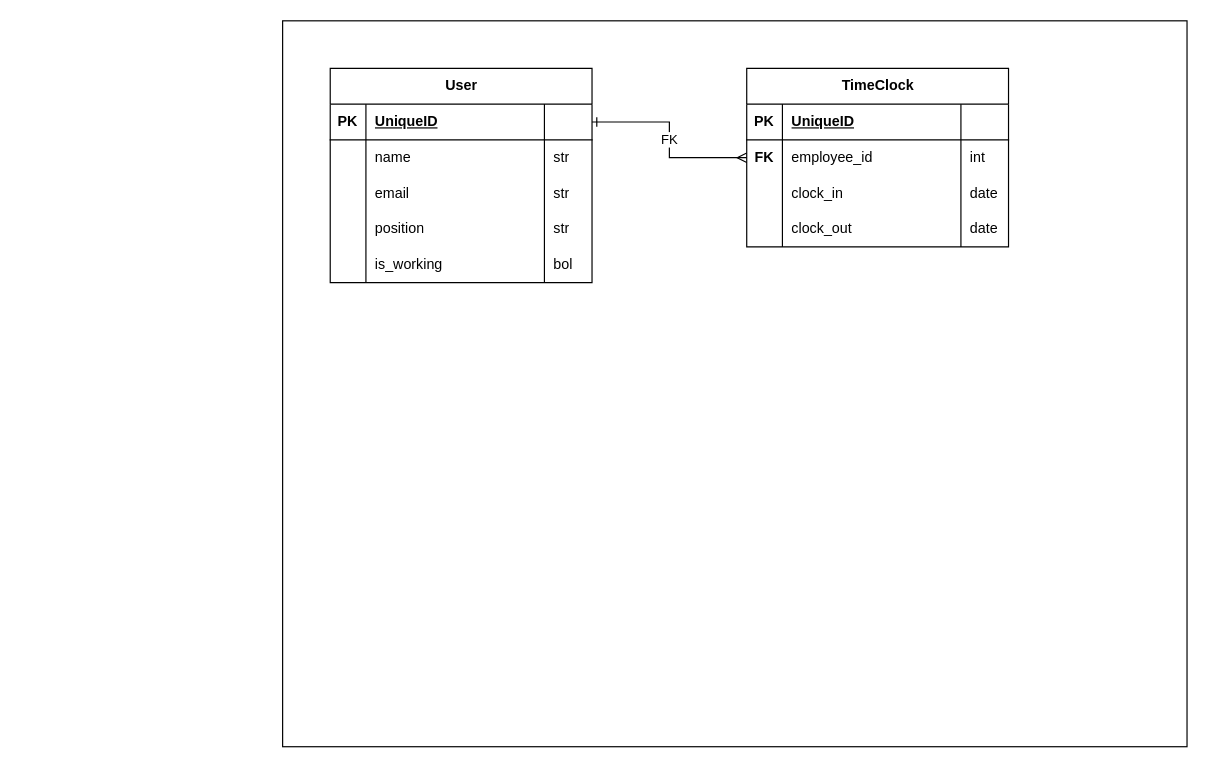
Above: DBpunch.drawio in ArturArtimonte/diagrans (draw.io), before the change. Source tidied: cells renumbered, new cells numbered last; positions are measured from the earlier drawing's top-left corner, leaving out a move shared by most shapes. Both pictures are drawn from the tidied source at 119%, with x=0, y=0 at pixel (282, 20).
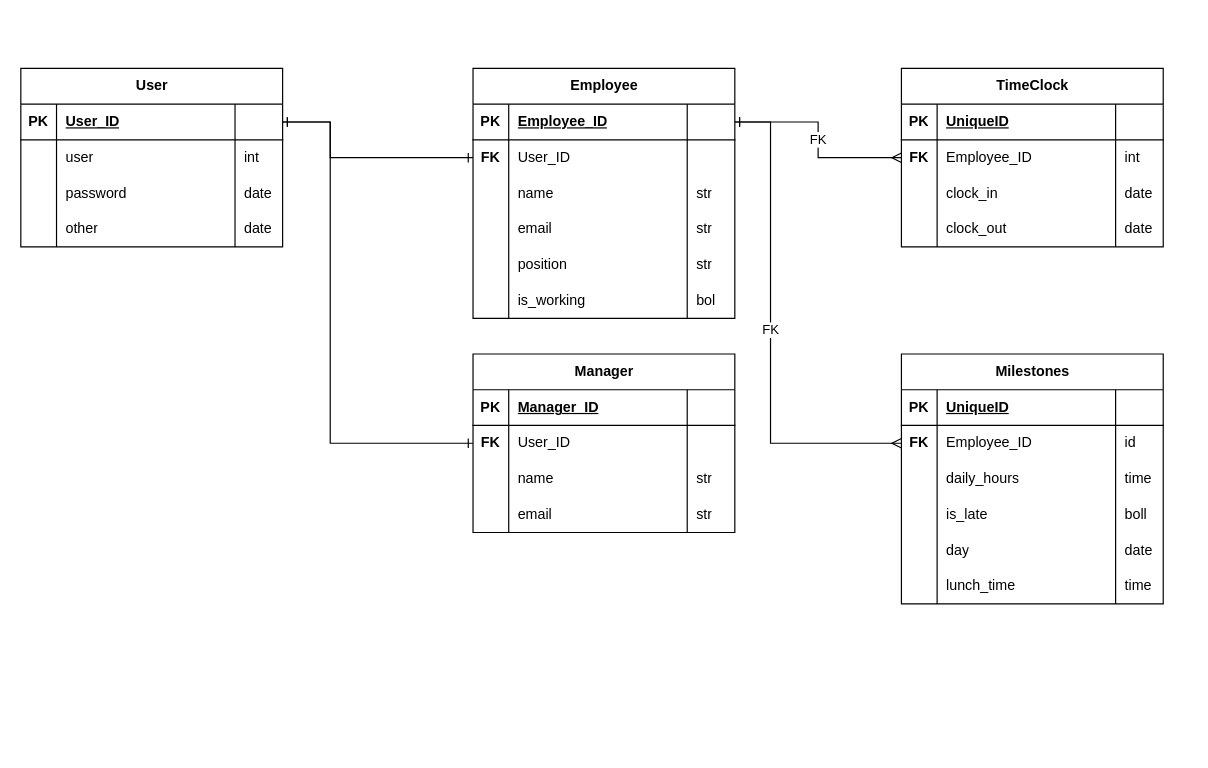
Above is the later version.

Unchanged cells that the change refers to:
```xml
<mxCell id="4" style="shape=tableRow;horizontal=0;startSize=0;swimlaneHead=0;swimlaneBody=0;fillColor=none;points=[[0,0.5],[1,0.5]];portConstraint=eastwest;top=0;left=0;right=0;bottom=1;" parent="3" vertex="1">
  <mxGeometry y="30" width="220" height="30" as="geometry" />
</mxCell>
<mxCell id="29" style="shape=tableRow;horizontal=0;startSize=0;swimlaneHead=0;swimlaneBody=0;fillColor=none;points=[[0,0.5],[1,0.5]];portConstraint=eastwest;top=0;left=0;right=0;bottom=0;" parent="24" vertex="1">
  <mxGeometry y="60" width="220" height="30" as="geometry" />
</mxCell>
```

What changed in the source:
```diff
@@
-    <mxCell id="2" style="rounded=0;whiteSpace=wrap;html=1;" parent="1" vertex="1">
-      <mxGeometry width="760" height="610" as="geometry" />
-    </mxCell>
-    <mxCell id="3" value="User" style="shape=table;startSize=30;childLayout=tableLayout;rowLines=0;fontStyle=1;align=center;html=1;" parent="1" vertex="1">
-      <mxGeometry x="40" y="40" width="220" height="180" as="geometry" />
+    <mxCell id="3" value="Employee" style="shape=table;startSize=30;childLayout=tableLayout;rowLines=0;fontStyle=1;align=center;html=1;" parent="1" vertex="1">
+      <mxGeometry x="160" y="40" width="220" height="210" as="geometry" />
     </mxCell>
@@
-    <mxCell id="6" value="UniqueID" style="shape=partialRectangle;fillColor=none;top=0;left=0;bottom=0;right=0;align=left;spacingLeft=6;fontStyle=5;overflow=hidden;whiteSpace=wrap;html=1;" parent="4" vertex="1">
+    <mxCell id="6" value="Employee_ID" style="shape=partialRectangle;fillColor=none;top=0;left=0;bottom=0;right=0;align=left;spacingLeft=6;fontStyle=5;overflow=hidden;whiteSpace=wrap;html=1;" parent="4" vertex="1">
       <mxGeometry x="30" width="150" height="30" as="geometry" />
     </mxCell>
@@
+    <mxCell id="42" style="shape=tableRow;horizontal=0;startSize=0;swimlaneHead=0;swimlaneBody=0;fillColor=none;points=[[0,0.5],[1,0.5]];portConstraint=eastwest;top=0;left=0;right=0;bottom=0;" parent="3" vertex="1">
+      <mxGeometry y="60" width="220" height="30" as="geometry" />
+    </mxCell>
+    <mxCell id="43" value="&lt;b&gt;FK&lt;/b&gt;" style="shape=partialRectangle;fillColor=none;top=0;left=0;bottom=0;right=0;overflow=hidden;whiteSpace=wrap;html=1;" parent="42" vertex="1">
+      <mxGeometry width="30" height="30" as="geometry" />
+    </mxCell>
+    <mxCell id="44" value="User_ID" style="shape=partialRectangle;fillColor=none;top=0;left=0;bottom=0;right=0;align=left;spacingLeft=6;overflow=hidden;whiteSpace=wrap;html=1;" parent="42" vertex="1">
+      <mxGeometry x="30" width="150" height="30" as="geometry" />
+    </mxCell>
+    <mxCell id="45" style="shape=partialRectangle;fillColor=none;top=0;left=0;bottom=0;right=0;align=left;spacingLeft=6;overflow=hidden;whiteSpace=wrap;html=1;" parent="42" vertex="1">
+      <mxGeometry x="180" width="40" height="30" as="geometry" />
+    </mxCell>
     <mxCell id="8" style="shape=tableRow;horizontal=0;startSize=0;swimlaneHead=0;swimlaneBody=0;fillColor=none;top=0;left=0;right=0;bottom=0;" parent="3" vertex="1">
-      <mxGeometry y="60" width="220" height="30" as="geometry" />
+      <mxGeometry y="90" width="220" height="30" as="geometry" />
     </mxCell>
@@
     <mxCell id="12" style="shape=tableRow;horizontal=0;startSize=0;swimlaneHead=0;swimlaneBody=0;fillColor=none;top=0;left=0;right=0;bottom=0;" parent="3" vertex="1">
-      <mxGeometry y="90" width="220" height="30" as="geometry" />
+      <mxGeometry y="120" width="220" height="30" as="geometry" />
     </mxCell>
@@
     <mxCell id="16" style="shape=tableRow;horizontal=0;startSize=0;swimlaneHead=0;swimlaneBody=0;fillColor=none;top=0;left=0;right=0;bottom=0;" parent="3" vertex="1">
-      <mxGeometry y="120" width="220" height="30" as="geometry" />
+      <mxGeometry y="150" width="220" height="30" as="geometry" />
     </mxCell>
@@
     <mxCell id="20" style="shape=tableRow;horizontal=0;startSize=0;swimlaneHead=0;swimlaneBody=0;fillColor=none;top=0;left=0;right=0;bottom=0;" parent="3" vertex="1">
-      <mxGeometry y="150" width="220" height="30" as="geometry" />
+      <mxGeometry y="180" width="220" height="30" as="geometry" />
     </mxCell>
@@
     <mxCell id="24" value="TimeClock" style="shape=table;startSize=30;childLayout=tableLayout;rowLines=0;fontStyle=1;align=center;html=1;" parent="1" vertex="1">
-      <mxGeometry x="390" y="40" width="220" height="150" as="geometry" />
+      <mxGeometry x="520" y="40" width="220" height="150" as="geometry" />
     </mxCell>
@@
-    <mxCell id="31" value="employee_id" style="shape=partialRectangle;fillColor=none;top=0;left=0;bottom=0;right=0;align=left;spacingLeft=6;overflow=hidden;whiteSpace=wrap;html=1;" parent="29" vertex="1">
+    <mxCell id="31" value="Employee_ID" style="shape=partialRectangle;fillColor=none;top=0;left=0;bottom=0;right=0;align=left;spacingLeft=6;overflow=hidden;whiteSpace=wrap;html=1;" parent="29" vertex="1">
       <mxGeometry x="30" width="150" height="30" as="geometry" />
     </mxCell>
@@
+    <mxCell id="46" value="Milestones" style="shape=table;startSize=30;childLayout=tableLayout;rowLines=0;fontStyle=1;align=center;html=1;" parent="1" vertex="1">
+      <mxGeometry x="520" y="280" width="220" height="210" as="geometry" />
+    </mxCell>
+    <mxCell id="47" style="shape=tableRow;horizontal=0;startSize=0;swimlaneHead=0;swimlaneBody=0;fillColor=none;top=0;left=0;right=0;bottom=1;" parent="46" vertex="1">
+      <mxGeometry y="30" width="220" height="30" as="geometry" />
+    </mxCell>
+    <mxCell id="48" value="PK" style="shape=partialRectangle;fillColor=none;top=0;left=0;bottom=0;right=0;fontStyle=1;overflow=hidden;whiteSpace=wrap;html=1;" parent="47" vertex="1">
+      <mxGeometry width="30" height="30" as="geometry" />
+    </mxCell>
+    <mxCell id="49" value="UniqueID" style="shape=partialRectangle;fillColor=none;top=0;left=0;bottom=0;right=0;align=left;spacingLeft=6;fontStyle=5;overflow=hidden;whiteSpace=wrap;html=1;" parent="47" vertex="1">
+      <mxGeometry x="30" width="150" height="30" as="geometry" />
+    </mxCell>
+    <mxCell id="50" style="shape=partialRectangle;fillColor=none;top=0;left=0;bottom=0;right=0;align=left;spacingLeft=6;fontStyle=5;overflow=hidden;whiteSpace=wrap;html=1;" parent="47" vertex="1">
+      <mxGeometry x="180" width="40" height="30" as="geometry" />
+    </mxCell>
+    <mxCell id="51" style="shape=tableRow;horizontal=0;startSize=0;swimlaneHead=0;swimlaneBody=0;fillColor=none;points=[[0,0.5],[1,0.5]];portConstraint=eastwest;top=0;left=0;right=0;bottom=0;" parent="46" vertex="1">
+      <mxGeometry y="60" width="220" height="30" as="geometry" />
+    </mxCell>
+    <mxCell id="52" value="&lt;b&gt;FK&lt;/b&gt;" style="shape=partialRectangle;fillColor=none;top=0;left=0;bottom=0;right=0;overflow=hidden;whiteSpace=wrap;html=1;" parent="51" vertex="1">
+      <mxGeometry width="30" height="30" as="geometry" />
+    </mxCell>
+    <mxCell id="53" value="Employee_ID" style="shape=partialRectangle;fillColor=none;top=0;left=0;bottom=0;right=0;align=left;spacingLeft=6;overflow=hidden;whiteSpace=wrap;html=1;" parent="51" vertex="1">
+      <mxGeometry x="30" width="150" height="30" as="geometry" />
+    </mxCell>
+    <mxCell id="54" value="id" style="shape=partialRectangle;fillColor=none;top=0;left=0;bottom=0;right=0;align=left;spacingLeft=6;overflow=hidden;whiteSpace=wrap;html=1;" parent="51" vertex="1">
+      <mxGeometry x="180" width="40" height="30" as="geometry" />
+    </mxCell>
+    <mxCell id="55" style="shape=tableRow;horizontal=0;startSize=0;swimlaneHead=0;swimlaneBody=0;fillColor=none;top=0;left=0;right=0;bottom=0;" parent="46" vertex="1">
+      <mxGeometry y="90" width="220" height="30" as="geometry" />
+    </mxCell>
+    <mxCell id="56" style="shape=partialRectangle;fillColor=none;top=0;left=0;bottom=0;right=0;overflow=hidden;whiteSpace=wrap;html=1;" parent="55" vertex="1">
+      <mxGeometry width="30" height="30" as="geometry" />
+    </mxCell>
+    <mxCell id="57" value="daily_hours" style="shape=partialRectangle;fillColor=none;top=0;left=0;bottom=0;right=0;align=left;spacingLeft=6;overflow=hidden;whiteSpace=wrap;html=1;" parent="55" vertex="1">
+      <mxGeometry x="30" width="150" height="30" as="geometry" />
+    </mxCell>
+    <mxCell id="58" value="time" style="shape=partialRectangle;fillColor=none;top=0;left=0;bottom=0;right=0;align=left;spacingLeft=6;overflow=hidden;whiteSpace=wrap;html=1;" parent="55" vertex="1">
+      <mxGeometry x="180" width="40" height="30" as="geometry" />
+    </mxCell>
+    <mxCell id="59" style="shape=tableRow;horizontal=0;startSize=0;swimlaneHead=0;swimlaneBody=0;fillColor=none;top=0;left=0;right=0;bottom=0;" parent="46" vertex="1">
+      <mxGeometry y="120" width="220" height="30" as="geometry" />
+    </mxCell>
+    <mxCell id="60" style="shape=partialRectangle;fillColor=none;top=0;left=0;bottom=0;right=0;overflow=hidden;whiteSpace=wrap;html=1;" parent="59" vertex="1">
+      <mxGeometry width="30" height="30" as="geometry" />
+    </mxCell>
+    <mxCell id="61" value="is_late" style="shape=partialRectangle;fillColor=none;top=0;left=0;bottom=0;right=0;align=left;spacingLeft=6;overflow=hidden;whiteSpace=wrap;html=1;" parent="59" vertex="1">
+      <mxGeometry x="30" width="150" height="30" as="geometry" />
+    </mxCell>
+    <mxCell id="62" value="boll" style="shape=partialRectangle;fillColor=none;top=0;left=0;bottom=0;right=0;align=left;spacingLeft=6;overflow=hidden;whiteSpace=wrap;html=1;" parent="59" vertex="1">
+      <mxGeometry x="180" width="40" height="30" as="geometry" />
+    </mxCell>
+    <mxCell id="63" style="shape=tableRow;horizontal=0;startSize=0;swimlaneHead=0;swimlaneBody=0;fillColor=none;top=0;left=0;right=0;bottom=0;" parent="46" vertex="1">
+      <mxGeometry y="150" width="220" height="30" as="geometry" />
+    </mxCell>
+    <mxCell id="64" style="shape=partialRectangle;fillColor=none;top=0;left=0;bottom=0;right=0;overflow=hidden;whiteSpace=wrap;html=1;" parent="63" vertex="1">
+      <mxGeometry width="30" height="30" as="geometry" />
+    </mxCell>
+    <mxCell id="65" value="day" style="shape=partialRectangle;fillColor=none;top=0;left=0;bottom=0;right=0;align=left;spacingLeft=6;overflow=hidden;whiteSpace=wrap;html=1;" parent="63" vertex="1">
+      <mxGeometry x="30" width="150" height="30" as="geometry" />
+    </mxCell>
+    <mxCell id="66" value="date" style="shape=partialRectangle;fillColor=none;top=0;left=0;bottom=0;right=0;align=left;spacingLeft=6;overflow=hidden;whiteSpace=wrap;html=1;" parent="63" vertex="1">
+      <mxGeometry x="180" width="40" height="30" as="geometry" />
+    </mxCell>
+    <mxCell id="67" style="shape=tableRow;horizontal=0;startSize=0;swimlaneHead=0;swimlaneBody=0;fillColor=none;top=0;left=0;right=0;bottom=0;" parent="46" vertex="1">
+      <mxGeometry y="180" width="220" height="30" as="geometry" />
+    </mxCell>
+    <mxCell id="68" style="shape=partialRectangle;fillColor=none;top=0;left=0;bottom=0;right=0;overflow=hidden;whiteSpace=wrap;html=1;" parent="67" vertex="1">
+      <mxGeometry width="30" height="30" as="geometry" />
+    </mxCell>
+    <mxCell id="69" value="lunch_time" style="shape=partialRectangle;fillColor=none;top=0;left=0;bottom=0;right=0;align=left;spacingLeft=6;overflow=hidden;whiteSpace=wrap;html=1;" parent="67" vertex="1">
+      <mxGeometry x="30" width="150" height="30" as="geometry" />
+    </mxCell>
+    <mxCell id="70" value="time" style="shape=partialRectangle;fillColor=none;top=0;left=0;bottom=0;right=0;align=left;spacingLeft=6;overflow=hidden;whiteSpace=wrap;html=1;" parent="67" vertex="1">
+      <mxGeometry x="180" width="40" height="30" as="geometry" />
+    </mxCell>
+    <mxCell id="71" value="User" style="shape=table;startSize=30;childLayout=tableLayout;rowLines=0;fontStyle=1;align=center;html=1;" parent="1" vertex="1">
+      <mxGeometry x="-220" y="40" width="220" height="150" as="geometry" />
+    </mxCell>
+    <mxCell id="72" style="shape=tableRow;horizontal=0;startSize=0;swimlaneHead=0;swimlaneBody=0;fillColor=none;points=[[0,0.5],[1,0.5]];portConstraint=eastwest;top=0;left=0;right=0;bottom=1;" parent="71" vertex="1">
+      <mxGeometry y="30" width="220" height="30" as="geometry" />
+    </mxCell>
+    <mxCell id="73" value="PK" style="shape=partialRectangle;fillColor=none;top=0;left=0;bottom=0;right=0;fontStyle=1;overflow=hidden;whiteSpace=wrap;html=1;" parent="72" vertex="1">
+      <mxGeometry width="30" height="30" as="geometry" />
+    </mxCell>
+    <mxCell id="74" value="User_ID" style="shape=partialRectangle;fillColor=none;top=0;left=0;bottom=0;right=0;align=left;spacingLeft=6;fontStyle=5;overflow=hidden;whiteSpace=wrap;html=1;" parent="72" vertex="1">
+      <mxGeometry x="30" width="150" height="30" as="geometry" />
+    </mxCell>
+    <mxCell id="75" style="shape=partialRectangle;fillColor=none;top=0;left=0;bottom=0;right=0;align=left;spacingLeft=6;fontStyle=5;overflow=hidden;whiteSpace=wrap;html=1;" parent="72" vertex="1">
+      <mxGeometry x="180" width="40" height="30" as="geometry" />
+    </mxCell>
+    <mxCell id="76" style="shape=tableRow;horizontal=0;startSize=0;swimlaneHead=0;swimlaneBody=0;fillColor=none;top=0;left=0;right=0;bottom=0;" parent="71" vertex="1">
+      <mxGeometry y="60" width="220" height="30" as="geometry" />
+    </mxCell>
+    <mxCell id="77" style="shape=partialRectangle;fillColor=none;top=0;left=0;bottom=0;right=0;overflow=hidden;whiteSpace=wrap;html=1;" parent="76" vertex="1">
+      <mxGeometry width="30" height="30" as="geometry" />
+    </mxCell>
+    <mxCell id="78" value="user" style="shape=partialRectangle;fillColor=none;top=0;left=0;bottom=0;right=0;align=left;spacingLeft=6;overflow=hidden;whiteSpace=wrap;html=1;" parent="76" vertex="1">
+      <mxGeometry x="30" width="150" height="30" as="geometry" />
+    </mxCell>
+    <mxCell id="79" value="int" style="shape=partialRectangle;fillColor=none;top=0;left=0;bottom=0;right=0;align=left;spacingLeft=6;overflow=hidden;whiteSpace=wrap;html=1;" parent="76" vertex="1">
+      <mxGeometry x="180" width="40" height="30" as="geometry" />
+    </mxCell>
+    <mxCell id="80" style="shape=tableRow;horizontal=0;startSize=0;swimlaneHead=0;swimlaneBody=0;fillColor=none;top=0;left=0;right=0;bottom=0;" parent="71" vertex="1">
+      <mxGeometry y="90" width="220" height="30" as="geometry" />
+    </mxCell>
+    <mxCell id="81" style="shape=partialRectangle;fillColor=none;top=0;left=0;bottom=0;right=0;overflow=hidden;whiteSpace=wrap;html=1;" parent="80" vertex="1">
+      <mxGeometry width="30" height="30" as="geometry" />
+    </mxCell>
+    <mxCell id="82" value="password" style="shape=partialRectangle;fillColor=none;top=0;left=0;bottom=0;right=0;align=left;spacingLeft=6;overflow=hidden;whiteSpace=wrap;html=1;" parent="80" vertex="1">
+      <mxGeometry x="30" width="150" height="30" as="geometry" />
+    </mxCell>
+    <mxCell id="83" value="date" style="shape=partialRectangle;fillColor=none;top=0;left=0;bottom=0;right=0;align=left;spacingLeft=6;overflow=hidden;whiteSpace=wrap;html=1;" parent="80" vertex="1">
+      <mxGeometry x="180" width="40" height="30" as="geometry" />
+    </mxCell>
+    <mxCell id="84" style="shape=tableRow;horizontal=0;startSize=0;swimlaneHead=0;swimlaneBody=0;fillColor=none;top=0;left=0;right=0;bottom=0;" parent="71" vertex="1">
+      <mxGeometry y="120" width="220" height="30" as="geometry" />
+    </mxCell>
+    <mxCell id="85" style="shape=partialRectangle;fillColor=none;top=0;left=0;bottom=0;right=0;overflow=hidden;whiteSpace=wrap;html=1;" parent="84" vertex="1">
+      <mxGeometry width="30" height="30" as="geometry" />
+    </mxCell>
+    <mxCell id="86" value="other" style="shape=partialRectangle;fillColor=none;top=0;left=0;bottom=0;right=0;align=left;spacingLeft=6;overflow=hidden;whiteSpace=wrap;html=1;" parent="84" vertex="1">
+      <mxGeometry x="30" width="150" height="30" as="geometry" />
+    </mxCell>
+    <mxCell id="87" value="date" style="shape=partialRectangle;fillColor=none;top=0;left=0;bottom=0;right=0;align=left;spacingLeft=6;overflow=hidden;whiteSpace=wrap;html=1;" parent="84" vertex="1">
+      <mxGeometry x="180" width="40" height="30" as="geometry" />
+    </mxCell>
+    <mxCell id="88" value="FK" style="edgeStyle=orthogonalEdgeStyle;rounded=0;jettySize=auto;html=1;exitX=0;exitY=0.5;exitDx=0;exitDy=0;entryX=1;entryY=0.5;entryDx=0;entryDy=0;endArrow=ERone;endFill=0;startArrow=ERmany;startFill=0;" parent="1" edge="1" source="51" target="4">
+      <mxGeometry relative="1" as="geometry">
+        <Array as="points">
+          <mxPoint x="410" y="355" />
+          <mxPoint x="410" y="85" />
+        </Array>
+      </mxGeometry>
+    </mxCell>
+    <mxCell id="89" value="Manager" style="shape=table;startSize=30;childLayout=tableLayout;rowLines=0;fontStyle=1;align=center;html=1;" parent="1" vertex="1">
+      <mxGeometry x="160" y="280" width="220" height="150" as="geometry" />
+    </mxCell>
+    <mxCell id="90" style="shape=tableRow;horizontal=0;startSize=0;swimlaneHead=0;swimlaneBody=0;fillColor=none;top=0;left=0;right=0;bottom=1;" parent="89" vertex="1">
+      <mxGeometry y="30" width="220" height="30" as="geometry" />
+    </mxCell>
+    <mxCell id="91" value="PK" style="shape=partialRectangle;fillColor=none;top=0;left=0;bottom=0;right=0;fontStyle=1;overflow=hidden;whiteSpace=wrap;html=1;" parent="90" vertex="1">
+      <mxGeometry width="30" height="30" as="geometry" />
+    </mxCell>
+    <mxCell id="92" value="Manager_ID" style="shape=partialRectangle;fillColor=none;top=0;left=0;bottom=0;right=0;align=left;spacingLeft=6;fontStyle=5;overflow=hidden;whiteSpace=wrap;html=1;" parent="90" vertex="1">
+      <mxGeometry x="30" width="150" height="30" as="geometry" />
+    </mxCell>
+    <mxCell id="93" style="shape=partialRectangle;fillColor=none;top=0;left=0;bottom=0;right=0;align=left;spacingLeft=6;fontStyle=5;overflow=hidden;whiteSpace=wrap;html=1;" parent="90" vertex="1">
+      <mxGeometry x="180" width="40" height="30" as="geometry" />
+    </mxCell>
+    <mxCell id="94" style="shape=tableRow;horizontal=0;startSize=0;swimlaneHead=0;swimlaneBody=0;fillColor=none;points=[[0,0.5],[1,0.5]];portConstraint=eastwest;top=0;left=0;right=0;bottom=0;" parent="89" vertex="1">
+      <mxGeometry y="60" width="220" height="30" as="geometry" />
+    </mxCell>
+    <mxCell id="95" value="&lt;b&gt;FK&lt;/b&gt;" style="shape=partialRectangle;fillColor=none;top=0;left=0;bottom=0;right=0;overflow=hidden;whiteSpace=wrap;html=1;" parent="94" vertex="1">
+      <mxGeometry width="30" height="30" as="geometry" />
+    </mxCell>
+    <mxCell id="96" value="User_ID" style="shape=partialRectangle;fillColor=none;top=0;left=0;bottom=0;right=0;align=left;spacingLeft=6;overflow=hidden;whiteSpace=wrap;html=1;" parent="94" vertex="1">
+      <mxGeometry x="30" width="150" height="30" as="geometry" />
+    </mxCell>
+    <mxCell id="97" style="shape=partialRectangle;fillColor=none;top=0;left=0;bottom=0;right=0;align=left;spacingLeft=6;overflow=hidden;whiteSpace=wrap;html=1;" parent="94" vertex="1">
+      <mxGeometry x="180" width="40" height="30" as="geometry" />
+    </mxCell>
+    <mxCell id="98" style="shape=tableRow;horizontal=0;startSize=0;swimlaneHead=0;swimlaneBody=0;fillColor=none;top=0;left=0;right=0;bottom=0;" parent="89" vertex="1">
+      <mxGeometry y="90" width="220" height="30" as="geometry" />
+    </mxCell>
+    <mxCell id="99" style="shape=partialRectangle;fillColor=none;top=0;left=0;bottom=0;right=0;overflow=hidden;whiteSpace=wrap;html=1;" parent="98" vertex="1">
+      <mxGeometry width="30" height="30" as="geometry" />
+    </mxCell>
+    <mxCell id="100" value="name" style="shape=partialRectangle;fillColor=none;top=0;left=0;bottom=0;right=0;align=left;spacingLeft=6;overflow=hidden;whiteSpace=wrap;html=1;" parent="98" vertex="1">
+      <mxGeometry x="30" width="150" height="30" as="geometry" />
+    </mxCell>
+    <mxCell id="101" value="str" style="shape=partialRectangle;fillColor=none;top=0;left=0;bottom=0;right=0;align=left;spacingLeft=6;overflow=hidden;whiteSpace=wrap;html=1;" parent="98" vertex="1">
+      <mxGeometry x="180" width="40" height="30" as="geometry" />
+    </mxCell>
+    <mxCell id="102" style="shape=tableRow;horizontal=0;startSize=0;swimlaneHead=0;swimlaneBody=0;fillColor=none;top=0;left=0;right=0;bottom=0;" parent="89" vertex="1">
+      <mxGeometry y="120" width="220" height="30" as="geometry" />
+    </mxCell>
+    <mxCell id="103" style="shape=partialRectangle;fillColor=none;top=0;left=0;bottom=0;right=0;overflow=hidden;whiteSpace=wrap;html=1;" parent="102" vertex="1">
+      <mxGeometry width="30" height="30" as="geometry" />
+    </mxCell>
+    <mxCell id="104" value="email" style="shape=partialRectangle;fillColor=none;top=0;left=0;bottom=0;right=0;align=left;spacingLeft=6;overflow=hidden;whiteSpace=wrap;html=1;" parent="102" vertex="1">
+      <mxGeometry x="30" width="150" height="30" as="geometry" />
+    </mxCell>
+    <mxCell id="105" value="str" style="shape=partialRectangle;fillColor=none;top=0;left=0;bottom=0;right=0;align=left;spacingLeft=6;overflow=hidden;whiteSpace=wrap;html=1;" parent="102" vertex="1">
+      <mxGeometry x="180" width="40" height="30" as="geometry" />
+    </mxCell>
+    <mxCell id="106" style="edgeStyle=orthogonalEdgeStyle;rounded=0;jettySize=auto;html=1;exitX=0;exitY=0.5;exitDx=0;exitDy=0;entryX=1;entryY=0.5;entryDx=0;entryDy=0;endArrow=ERone;endFill=0;startArrow=ERone;startFill=0;" parent="1" edge="1" source="94" target="72">
+      <mxGeometry relative="1" as="geometry">
+        <Array as="points">
+          <mxPoint x="40" y="355" />
+          <mxPoint x="40" y="85" />
+        </Array>
+      </mxGeometry>
+    </mxCell>
+    <mxCell id="107" style="edgeStyle=orthogonalEdgeStyle;rounded=0;jettySize=auto;html=1;exitX=0;exitY=0.5;exitDx=0;exitDy=0;entryX=1;entryY=0.5;entryDx=0;entryDy=0;endArrow=ERone;endFill=0;startArrow=ERone;startFill=0;" parent="1" edge="1" source="42" target="72">
+      <mxGeometry relative="1" as="geometry">
+        <Array as="points">
+          <mxPoint x="40" y="115" />
+          <mxPoint x="40" y="85" />
+        </Array>
+      </mxGeometry>
+    </mxCell>
```
